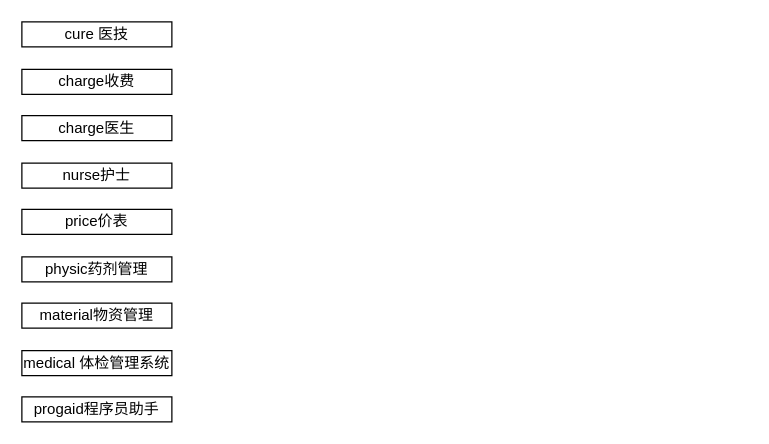
This is page "系统列表" (5 of 5) of Untitled Diagram.drawio from hooo/test, a draw.io file, before an edit. Source tidied: cells renumbered, new cells numbered last; positions are measured from the earlier drawing's top-left corner, leaving out a move shared by most shapes. Both pictures are drawn from the tidied source at 125%, with x=0, y=0 at pixel (21, 21).
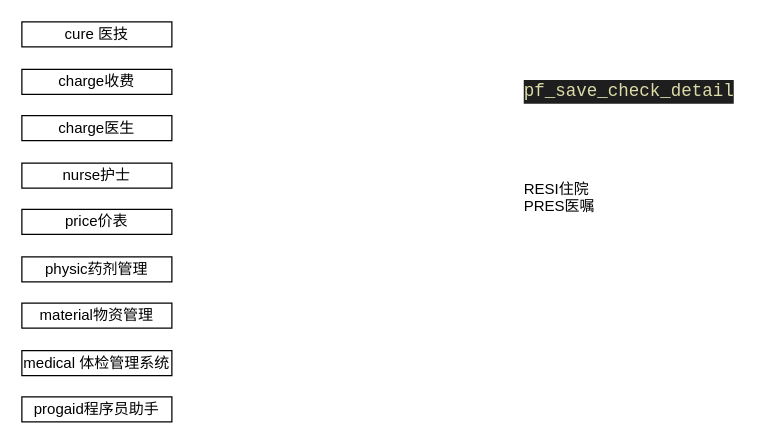
After the change.

Diff of the diagram source:
```diff
@@
 <mxGraphModel>
   <root>
     <mxCell id="0" />
     <mxCell id="1" parent="0" />
     <mxCell id="2" value="cure 医技" style="rounded=0;whiteSpace=wrap;html=1;" parent="1" vertex="1">
       <mxGeometry width="120" height="20" as="geometry" />
     </mxCell>
     <mxCell id="3" value="charge收费" style="rounded=0;whiteSpace=wrap;html=1;" parent="1" vertex="1">
       <mxGeometry y="38" width="120" height="20" as="geometry" />
     </mxCell>
     <mxCell id="4" value="charge医生" style="rounded=0;whiteSpace=wrap;html=1;" parent="1" vertex="1">
       <mxGeometry y="75" width="120" height="20" as="geometry" />
     </mxCell>
     <mxCell id="5" value="nurse护士" style="rounded=0;whiteSpace=wrap;html=1;" parent="1" vertex="1">
       <mxGeometry y="113" width="120" height="20" as="geometry" />
     </mxCell>
     <mxCell id="6" value="price价表" style="rounded=0;whiteSpace=wrap;html=1;" parent="1" vertex="1">
       <mxGeometry y="150" width="120" height="20" as="geometry" />
     </mxCell>
     <mxCell id="7" value="physic药剂管理" style="rounded=0;whiteSpace=wrap;html=1;" parent="1" vertex="1">
       <mxGeometry y="188" width="120" height="20" as="geometry" />
     </mxCell>
     <mxCell id="8" value="material物资管理" style="rounded=0;whiteSpace=wrap;html=1;" parent="1" vertex="1">
       <mxGeometry y="225" width="120" height="20" as="geometry" />
     </mxCell>
     <mxCell id="9" value="medical 体检管理系统" style="rounded=0;whiteSpace=wrap;html=1;" parent="1" vertex="1">
       <mxGeometry y="263" width="120" height="20" as="geometry" />
     </mxCell>
     <mxCell id="10" value="progaid程序员助手" style="rounded=0;whiteSpace=wrap;html=1;" parent="1" vertex="1">
       <mxGeometry y="300" width="120" height="20" as="geometry" />
     </mxCell>
+    <mxCell id="11" value="&lt;div style=&quot;color: rgb(212, 212, 212); background-color: rgb(30, 30, 30); font-family: consolas, &amp;quot;courier new&amp;quot;, monospace; font-weight: normal; font-size: 14px; line-height: 19px;&quot;&gt;&lt;div&gt;&lt;span style=&quot;color: #dcdcaa&quot;&gt;pf_save_check_detail&lt;/span&gt;&lt;/div&gt;&lt;/div&gt;" style="text;whiteSpace=wrap;html=1;" parent="1" vertex="1">
+      <mxGeometry x="400" y="40" width="180" height="30" as="geometry" />
+    </mxCell>
+    <mxCell id="12" value="RESI住院&lt;br&gt;PRES医嘱" style="text;whiteSpace=wrap;html=1;" parent="1" vertex="1">
+      <mxGeometry x="400" y="120" width="90" height="30" as="geometry" />
+    </mxCell>
   </root>
 </mxGraphModel>
```
